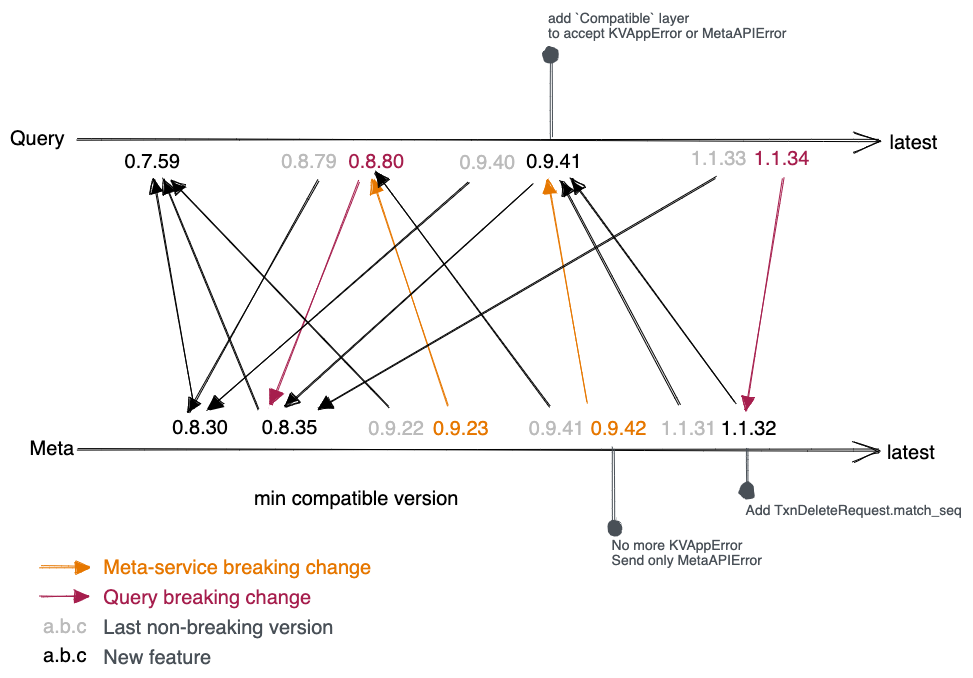
This is docs/public/img/deploy/compatibility.excalidraw.png from databendlabs/databend, a Excalidraw export, as it was before one commit. Source tidied: one line per element, renumbered; positions are measured from the earlier drawing's top-left corner, leaving out a move shared by most shapes.
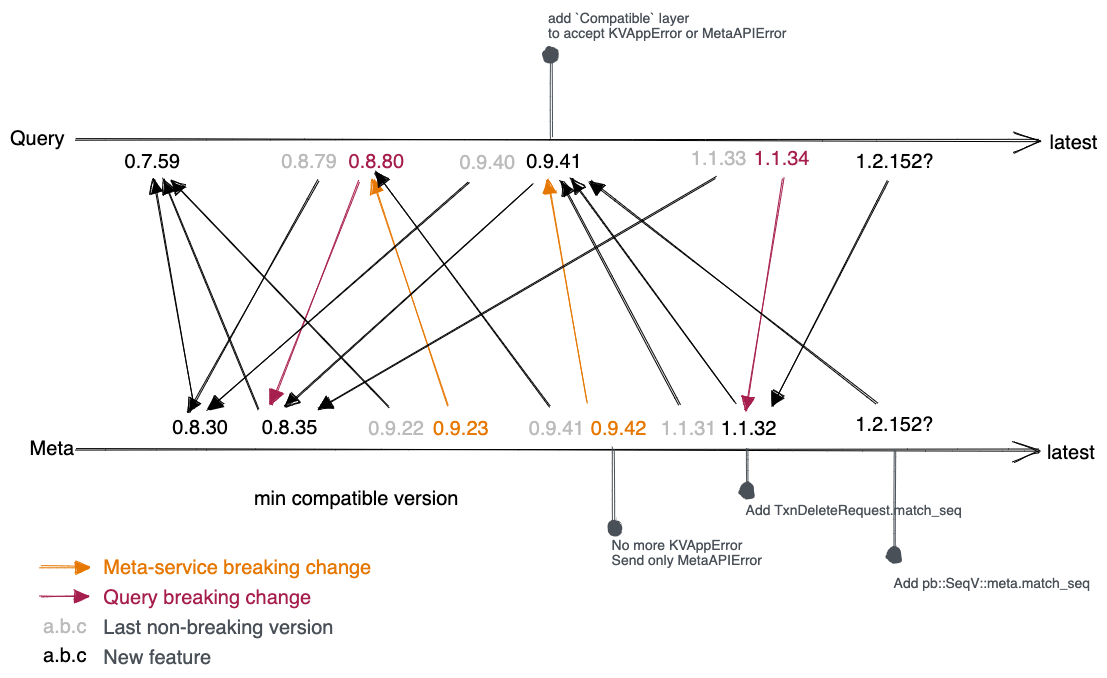
Above is the later version.

Commit message:
feat: pb::SeqV should contain KvMeta as SeqV does

Diff of the diagram source:
```diff
@@ -1,50 +1,56 @@
-{"id": 0, "type": "arrow", "strokeColor": "#000000", "angle": 1.57, "strokeWidth": 1, "roughness": 1, "endArrowhead": "arrow", "from": 3, "to": 11, "x": 469, "y": 802, "width": 0, "height": 802, "points": [[0, 0], [0, -802]]}
+{"id": 0, "type": "arrow", "strokeColor": "#000000", "angle": 1.57, "strokeWidth": 1, "roughness": 1, "endArrowhead": "arrow", "round": true, "from": 3, "to": 11, "x": 548, "y": 883, "width": 0, "height": 963, "points": [[0, 0], [0, -963]]}
-{"id": 1, "type": "arrow", "strokeColor": "#000000", "angle": 1.57, "strokeWidth": 1, "roughness": 1, "endArrowhead": "arrow", "from": 2, "to": 10, "x": 469, "y": 1112, "width": 0, "height": 802, "points": [[0, 0], [0, -802]]}
+{"id": 1, "type": "arrow", "strokeColor": "#000000", "angle": 1.57, "strokeWidth": 1, "roughness": 1, "endArrowhead": "arrow", "round": true, "from": 2, "to": 10, "x": 548, "y": 1192, "width": 0, "height": 963, "points": [[0, 0], [0, -963]]}
-{"id": 2, "type": "text", "text": "Meta", "strokeColor": "#000000", "strokeWidth": 1, "roughness": 1, "fontSize": 20, "fontFamily": 2, "x": 20, "y": 697, "width": 46, "height": 23}
+{"id": 2, "type": "text", "text": "Meta", "strokeColor": "#000000", "strokeWidth": 1, "roughness": 1, "fontSize": 20, "fontFamily": 2, "x": 20, "y": 697, "width": 44, "height": 23}
-{"id": 3, "type": "text", "text": "Query", "strokeColor": "#000000", "strokeWidth": 1, "roughness": 1, "fontSize": 20, "fontFamily": 2, "x": 0, "y": 387, "width": 56, "height": 23}
+{"id": 3, "type": "text", "text": "Query", "strokeColor": "#000000", "strokeWidth": 1, "roughness": 1, "fontSize": 20, "fontFamily": 2, "x": 0, "y": 387, "width": 54, "height": 23}
-{"id": 4, "type": "text", "text": "0.7.59", "strokeColor": "#000000", "strokeWidth": 1, "roughness": 1, "fontSize": 20, "fontFamily": 2, "x": 115, "y": 410, "width": 58, "height": 23}
+{"id": 4, "type": "text", "text": "0.7.59", "strokeColor": "#000000", "strokeWidth": 1, "roughness": 1, "fontSize": 20, "fontFamily": 2, "x": 115, "y": 410, "width": 56, "height": 23}
-{"id": 5, "type": "text", "text": "0.8.30", "strokeColor": "#000000", "strokeWidth": 1, "roughness": 1, "fontSize": 20, "fontFamily": 2, "x": 162, "y": 676, "width": 58, "height": 23}
+{"id": 5, "type": "text", "text": "0.8.30", "strokeColor": "#000000", "strokeWidth": 1, "roughness": 1, "fontSize": 20, "fontFamily": 2, "x": 162, "y": 676, "width": 56, "height": 23}
-{"id": 6, "type": "text", "text": "0.8.35", "strokeColor": "#000000", "strokeWidth": 1, "roughness": 1, "fontSize": 20, "fontFamily": 2, "x": 252, "y": 676, "width": 58, "height": 23}
+{"id": 6, "type": "text", "text": "0.8.35", "strokeColor": "#000000", "strokeWidth": 1, "roughness": 1, "fontSize": 20, "fontFamily": 2, "x": 252, "y": 676, "width": 56, "height": 23}
-{"id": 7, "type": "text", "text": "0.8.79", "strokeColor": "#bbb", "strokeWidth": 1, "roughness": 1, "fontSize": 20, "fontFamily": 2, "x": 271, "y": 410, "width": 58, "height": 23}
+{"id": 7, "type": "text", "text": "0.8.79", "strokeColor": "#bbb", "strokeWidth": 1, "roughness": 1, "fontSize": 20, "fontFamily": 2, "x": 271, "y": 410, "width": 56, "height": 23}
-{"id": 8, "type": "text", "text": "0.8.80", "strokeColor": "#a61e4d", "strokeWidth": 1, "roughness": 1, "fontSize": 20, "fontFamily": 2, "x": 339, "y": 410, "width": 58, "height": 23}
+{"id": 8, "type": "text", "text": "0.8.80", "strokeColor": "#a61e4d", "strokeWidth": 1, "roughness": 1, "fontSize": 20, "fontFamily": 2, "x": 339, "y": 410, "width": 56, "height": 23}
-{"id": 9, "type": "text", "text": "0.9.41", "strokeColor": "#000000", "strokeWidth": 1, "roughness": 1, "fontSize": 20, "fontFamily": 2, "x": 516, "y": 410, "width": 58, "height": 23}
+{"id": 9, "type": "text", "text": "0.9.41", "strokeColor": "#000000", "strokeWidth": 1, "roughness": 1, "fontSize": 20, "fontFamily": 2, "x": 516, "y": 410, "width": 56, "height": 23}
-{"id": 10, "type": "text", "text": "latest", "strokeColor": "#000000", "strokeWidth": 1, "roughness": 1, "fontSize": 20, "fontFamily": 2, "x": 877, "y": 701, "width": 50, "height": 23}
+{"id": 10, "type": "text", "text": "latest", "strokeColor": "#000000", "strokeWidth": 1, "roughness": 1, "fontSize": 20, "fontFamily": 2, "x": 1037, "y": 701, "width": 48, "height": 23}
-{"id": 11, "type": "text", "text": "latest", "strokeColor": "#000000", "strokeWidth": 1, "roughness": 1, "fontSize": 20, "fontFamily": 2, "x": 880, "y": 391, "width": 50, "height": 23}
+{"id": 11, "type": "text", "text": "latest", "strokeColor": "#000000", "strokeWidth": 1, "roughness": 1, "fontSize": 20, "fontFamily": 2, "x": 1040, "y": 391, "width": 48, "height": 23}
-{"id": 12, "type": "arrow", "strokeColor": "#000000", "angle": 1.57, "strokeWidth": 1, "roughness": 1, "endArrowhead": "triangle", "from": 5, "to": 4, "x": 278, "y": 533, "width": 228, "height": 41, "points": [[0, 0], [-228, 41]]}
+{"id": 12, "type": "arrow", "strokeColor": "#000000", "angle": 1.57, "strokeWidth": 1, "roughness": 1, "endArrowhead": "triangle", "round": true, "from": 5, "to": 4, "x": 278, "y": 533, "width": 228, "height": 41, "points": [[0, 0], [-228, 41]]}
-{"id": 13, "type": "arrow", "strokeColor": "#000000", "angle": 1.57, "strokeWidth": 1, "roughness": 1, "endArrowhead": "triangle", "from": 7, "to": 5, "x": 128, "y": 493, "width": 233, "height": 128, "points": [[0, 0], [233, 128]]}
+{"id": 13, "type": "arrow", "strokeColor": "#000000", "angle": 1.57, "strokeWidth": 1, "roughness": 1, "endArrowhead": "triangle", "round": true, "from": 7, "to": 5, "x": 128, "y": 493, "width": 233, "height": 128, "points": [[0, 0], [233, 128]]}
-{"id": 14, "type": "arrow", "strokeColor": "#e67700", "angle": 1.57, "strokeWidth": 1, "roughness": 1, "endArrowhead": "triangle", "from": 17, "to": 8, "x": 513, "y": 515, "width": 225, "height": 75, "points": [[0, 0], [-225, 75]]}
+{"id": 14, "type": "arrow", "strokeColor": "#e67700", "angle": 1.57, "strokeWidth": 1, "roughness": 1, "endArrowhead": "triangle", "round": true, "from": 17, "to": 8, "x": 513, "y": 515, "width": 225, "height": 75, "points": [[0, 0], [-225, 75]]}
-{"id": 15, "type": "arrow", "strokeColor": "#a61e4d", "angle": 1.57, "strokeWidth": 1, "roughness": 1, "endArrowhead": "triangle", "from": 8, "to": 6, "x": 193, "y": 510, "width": 225, "height": 88, "points": [[0, 0], [225, 88]]}
+{"id": 15, "type": "arrow", "strokeColor": "#a61e4d", "angle": 1.57, "strokeWidth": 1, "roughness": 1, "endArrowhead": "triangle", "round": true, "from": 8, "to": 6, "x": 193, "y": 510, "width": 225, "height": 88, "points": [[0, 0], [225, 88]]}
-{"id": 16, "type": "arrow", "strokeColor": "#000000", "angle": 1.57, "strokeWidth": 1, "roughness": 1, "endArrowhead": "triangle", "from": 6, "to": 4, "x": 317, "y": 506, "width": 232, "height": 96, "points": [[0, 0], [-232, 96]]}
+{"id": 16, "type": "arrow", "strokeColor": "#000000", "angle": 1.57, "strokeWidth": 1, "roughness": 1, "endArrowhead": "triangle", "round": true, "from": 6, "to": 4, "x": 317, "y": 506, "width": 232, "height": 96, "points": [[0, 0], [-232, 96]]}
-{"id": 17, "type": "text", "text": "0.9.23", "strokeColor": "#e67700", "strokeWidth": 1, "roughness": 1, "fontSize": 20, "fontFamily": 2, "x": 423, "y": 676, "width": 58, "height": 23}
+{"id": 17, "type": "text", "text": "0.9.23", "strokeColor": "#e67700", "strokeWidth": 1, "roughness": 1, "fontSize": 20, "fontFamily": 2, "x": 423, "y": 676, "width": 56, "height": 23}
-{"id": 18, "type": "text", "text": "0.9.41", "strokeColor": "#bbb", "strokeWidth": 1, "roughness": 1, "fontSize": 20, "fontFamily": 2, "x": 519, "y": 676, "width": 58, "height": 23}
+{"id": 18, "type": "text", "text": "0.9.41", "strokeColor": "#bbb", "strokeWidth": 1, "roughness": 1, "fontSize": 20, "fontFamily": 2, "x": 519, "y": 676, "width": 56, "height": 23}
-{"id": 19, "type": "text", "text": "0.9.42", "strokeColor": "#e67700", "strokeWidth": 1, "roughness": 1, "fontSize": 20, "fontFamily": 2, "x": 581, "y": 676, "width": 58, "height": 23}
+{"id": 19, "type": "text", "text": "0.9.42", "strokeColor": "#e67700", "strokeWidth": 1, "roughness": 1, "fontSize": 20, "fontFamily": 2, "x": 581, "y": 676, "width": 56, "height": 23}
-{"id": 20, "type": "text", "text": "1.1.32", "strokeColor": "#000000", "strokeWidth": 1, "roughness": 1, "fontSize": 20, "fontFamily": 2, "x": 711, "y": 677, "width": 58, "height": 23}
+{"id": 20, "type": "text", "text": "1.1.32", "strokeColor": "#000000", "strokeWidth": 1, "roughness": 1, "fontSize": 20, "fontFamily": 2, "x": 711, "y": 677, "width": 56, "height": 23}
-{"id": 21, "type": "text", "text": "1.1.31", "strokeColor": "#bbb", "strokeWidth": 1, "roughness": 1, "fontSize": 20, "fontFamily": 2, "x": 651, "y": 676, "width": 58, "height": 23}
+{"id": 21, "type": "text", "text": "1.1.31", "strokeColor": "#bbb", "strokeWidth": 1, "roughness": 1, "fontSize": 20, "fontFamily": 2, "x": 651, "y": 676, "width": 56, "height": 23}
-{"id": 22, "type": "text", "text": "1.1.34", "strokeColor": "#a61e4d", "strokeWidth": 1, "roughness": 1, "fontSize": 20, "fontFamily": 2, "x": 744, "y": 407, "width": 58, "height": 23}
+{"id": 22, "type": "text", "text": "1.1.34", "strokeColor": "#a61e4d", "strokeWidth": 1, "roughness": 1, "fontSize": 20, "fontFamily": 2, "x": 744, "y": 407, "width": 56, "height": 23}
-{"id": 23, "type": "text", "text": "1.1.33", "strokeColor": "#bbb", "strokeWidth": 1, "roughness": 1, "fontSize": 20, "fontFamily": 2, "x": 681, "y": 406, "width": 58, "height": 23}
+{"id": 23, "type": "text", "text": "1.1.33", "strokeColor": "#bbb", "strokeWidth": 1, "roughness": 1, "fontSize": 20, "fontFamily": 2, "x": 681, "y": 406, "width": 56, "height": 23}
-{"id": 24, "type": "text", "text": "0.9.22", "strokeColor": "#bbb", "strokeWidth": 1, "roughness": 1, "fontSize": 20, "fontFamily": 2, "x": 358, "y": 676, "width": 58, "height": 23}
+{"id": 24, "type": "text", "text": "0.9.22", "strokeColor": "#bbb", "strokeWidth": 1, "roughness": 1, "fontSize": 20, "fontFamily": 2, "x": 358, "y": 676, "width": 56, "height": 23}
-{"id": 25, "type": "arrow", "strokeColor": "#000000", "angle": 1.57, "strokeWidth": 1, "roughness": 1, "endArrowhead": "triangle", "from": 24, "to": 4, "x": 383, "y": 446, "width": 225, "height": 216, "points": [[0, 0], [-225, 216]]}
+{"id": 25, "type": "arrow", "strokeColor": "#000000", "angle": 1.57, "strokeWidth": 1, "roughness": 1, "endArrowhead": "triangle", "round": true, "from": 24, "to": 4, "x": 383, "y": 446, "width": 225, "height": 216, "points": [[0, 0], [-225, 216]]}
-{"id": 26, "type": "arrow", "strokeColor": "#000000", "angle": 1.57, "strokeWidth": 1, "roughness": 1, "endArrowhead": "triangle", "from": 47, "to": 6, "x": 288, "y": 434, "width": 223, "height": 246, "points": [[0, 0], [223, 246]]}
+{"id": 26, "type": "arrow", "strokeColor": "#000000", "angle": 1.57, "strokeWidth": 1, "roughness": 1, "endArrowhead": "triangle", "round": true, "from": 47, "to": 6, "x": 288, "y": 434, "width": 223, "height": 246, "points": [[0, 0], [223, 246]]}
-{"id": 27, "type": "arrow", "strokeColor": "#e67700", "angle": 1.57, "strokeWidth": 1, "roughness": 1, "endArrowhead": "triangle", "from": 19, "to": 9, "x": 669, "y": 532, "width": 223, "height": 40, "points": [[0, 0], [-223, 40]]}
+{"id": 27, "type": "arrow", "strokeColor": "#e67700", "angle": 1.57, "strokeWidth": 1, "roughness": 1, "endArrowhead": "triangle", "round": true, "from": 19, "to": 9, "x": 669, "y": 532, "width": 223, "height": 40, "points": [[0, 0], [-223, 40]]}
-{"id": 28, "type": "arrow", "strokeColor": "#000000", "angle": 1.57, "strokeWidth": 1, "roughness": 1, "endArrowhead": "triangle", "from": 18, "to": 8, "x": 570, "y": 463, "width": 233, "height": 174, "points": [[0, 0], [-233, 174]]}
+{"id": 28, "type": "arrow", "strokeColor": "#000000", "angle": 1.57, "strokeWidth": 1, "roughness": 1, "endArrowhead": "triangle", "round": true, "from": 18, "to": 8, "x": 570, "y": 463, "width": 233, "height": 174, "points": [[0, 0], [-233, 174]]}
-{"id": 29, "type": "text", "text": "min compatible version", "strokeColor": "#000000", "strokeWidth": 1, "roughness": 1, "fontSize": 20, "fontFamily": 2, "x": 244, "y": 747, "width": 207, "height": 23}
+{"id": 29, "type": "text", "text": "min compatible version", "strokeColor": "#000000", "strokeWidth": 1, "roughness": 1, "fontSize": 20, "fontFamily": 2, "x": 244, "y": 747, "width": 205, "height": 23}
-{"id": 30, "type": "text", "text": "add `Compatible` layer\nto accept KVAppError or MetaAPIError", "strokeColor": "#495057", "strokeWidth": 1, "roughness": 1, "fontSize": 13.94, "fontFamily": 2, "x": 538, "y": 271, "width": 240, "height": 31}
+{"id": 30, "type": "text", "text": "add `Compatible` layer\nto accept KVAppError or MetaAPIError", "strokeColor": "#495057", "strokeWidth": 1, "roughness": 1, "fontSize": 13.94, "fontFamily": 2, "x": 538, "y": 271, "width": 238, "height": 31}
-{"id": 31, "type": "arrow", "strokeColor": "#495057", "angle": 1.57, "strokeWidth": 1, "roughness": 1, "endArrowhead": "dot", "from": 9, "to": 30, "x": 583, "y": 358, "width": 84, "height": 1, "points": [[0, 0], [-84, -1]]}
+{"id": 31, "type": "arrow", "strokeColor": "#495057", "angle": 1.57, "strokeWidth": 1, "roughness": 1, "endArrowhead": "dot", "round": true, "from": 9, "to": 30, "x": 583, "y": 358, "width": 84, "height": 1, "points": [[0, 0], [-84, -1]]}
-{"id": 32, "type": "arrow", "strokeColor": "#495057", "strokeWidth": 1, "roughness": 1, "endArrowhead": "dot", "from": 19, "to": 34, "x": 603, "y": 708, "width": 1, "height": 80, "points": [[0, 0], [1, 80]]}
+{"id": 32, "type": "arrow", "strokeColor": "#495057", "strokeWidth": 1, "roughness": 1, "endArrowhead": "dot", "round": true, "from": 19, "to": 34, "x": 603, "y": 708, "width": 1, "height": 80, "points": [[0, 0], [1, 80]]}
-{"id": 33, "type": "arrow", "strokeColor": "#495057", "strokeWidth": 1, "roughness": 1, "endArrowhead": "dot", "from": 20, "to": 35, "x": 738, "y": 708, "width": 1, "height": 45, "points": [[0, 0], [1, 45]]}
+{"id": 33, "type": "arrow", "strokeColor": "#495057", "strokeWidth": 1, "roughness": 1, "endArrowhead": "dot", "round": true, "from": 20, "to": 35, "x": 738, "y": 708, "width": 1, "height": 45, "points": [[0, 0], [1, 45]]}
-{"id": 34, "type": "text", "text": "No more KVAppError\nSend only MetaAPIError", "strokeColor": "#495057", "strokeWidth": 1, "roughness": 1, "fontSize": 13.94, "fontFamily": 2, "x": 602, "y": 798, "width": 152, "height": 31}
+{"id": 34, "type": "text", "text": "No more KVAppError\nSend only MetaAPIError", "strokeColor": "#495057", "strokeWidth": 1, "roughness": 1, "fontSize": 13.94, "fontFamily": 2, "x": 602, "y": 798, "width": 150, "height": 31}
-{"id": 35, "type": "text", "text": "Add TxnDeleteRequest.match_seq", "strokeColor": "#495057", "strokeWidth": 1, "roughness": 1, "fontSize": 13.94, "fontFamily": 2, "x": 736, "y": 763, "width": 218, "height": 16}
+{"id": 35, "type": "text", "text": "Add TxnDeleteRequest.match_seq", "strokeColor": "#495057", "strokeWidth": 1, "roughness": 1, "fontSize": 13.94, "fontFamily": 2, "x": 736, "y": 763, "width": 216, "height": 16}
-{"id": 36, "type": "arrow", "strokeColor": "#a61e4d", "strokeWidth": 1, "roughness": 1, "endArrowhead": "triangle", "from": 22, "to": 20, "x": 773, "y": 439, "width": 36, "height": 231, "points": [[0, 0], [-36, 231]]}
+{"id": 36, "type": "arrow", "strokeColor": "#a61e4d", "strokeWidth": 1, "roughness": 1, "endArrowhead": "triangle", "round": true, "from": 22, "to": 20, "x": 773, "y": 439, "width": 36, "height": 231, "points": [[0, 0], [-36, 231]]}
-{"id": 37, "type": "arrow", "strokeColor": "#000000", "strokeWidth": 1, "roughness": 1, "endArrowhead": "triangle", "from": 23, "to": 6, "x": 706, "y": 438, "width": 397, "height": 232, "points": [[0, 0], [-397, 232]]}
+{"id": 37, "type": "arrow", "strokeColor": "#000000", "strokeWidth": 1, "roughness": 1, "endArrowhead": "triangle", "round": true, "from": 23, "to": 6, "x": 706, "y": 438, "width": 397, "height": 232, "points": [[0, 0], [-397, 232]]}
-{"id": 38, "type": "arrow", "strokeColor": "#000000", "strokeWidth": 1, "roughness": 1, "endArrowhead": "triangle", "from": 20, "to": 9, "x": 726, "y": 664, "width": 165, "height": 225, "points": [[0, 0], [-165, -225]]}
+{"id": 38, "type": "arrow", "strokeColor": "#000000", "strokeWidth": 1, "roughness": 1, "endArrowhead": "triangle", "round": true, "from": 20, "to": 9, "x": 726, "y": 664, "width": 165, "height": 225, "points": [[0, 0], [-165, -225]]}
-{"id": 39, "type": "arrow", "strokeColor": "#e67700", "strokeWidth": 1, "roughness": 1, "endArrowhead": "triangle", "to": 41, "x": 31, "y": 827, "width": 48, "height": 0, "points": [[0, 0], [48, 0]]}
+{"id": 39, "type": "arrow", "strokeColor": "#e67700", "strokeWidth": 1, "roughness": 1, "endArrowhead": "triangle", "round": true, "to": 41, "x": 31, "y": 827, "width": 48, "height": 0, "points": [[0, 0], [48, 0]]}
-{"id": 40, "type": "arrow", "strokeColor": "#a61e4d", "strokeWidth": 1, "roughness": 1, "endArrowhead": "triangle", "to": 42, "x": 31, "y": 857, "width": 48, "height": 0, "points": [[0, 0], [48, 0]]}
+{"id": 40, "type": "arrow", "strokeColor": "#a61e4d", "strokeWidth": 1, "roughness": 1, "endArrowhead": "triangle", "round": true, "to": 42, "x": 31, "y": 857, "width": 48, "height": 0, "points": [[0, 0], [48, 0]]}
-{"id": 41, "type": "text", "text": "Meta-service breaking change", "strokeColor": "#e67700", "strokeWidth": 1, "roughness": 1, "fontSize": 20, "fontFamily": 2, "x": 93, "y": 816, "width": 270, "height": 23}
+{"id": 41, "type": "text", "text": "Meta-service breaking change", "strokeColor": "#e67700", "strokeWidth": 1, "roughness": 1, "fontSize": 20, "fontFamily": 2, "x": 93, "y": 816, "width": 268, "height": 23}
-{"id": 42, "type": "text", "text": "Query breaking change", "strokeColor": "#a61e4d", "strokeWidth": 1, "roughness": 1, "fontSize": 20, "fontFamily": 2, "x": 93, "y": 846, "width": 210, "height": 23}
+{"id": 42, "type": "text", "text": "Query breaking change", "strokeColor": "#a61e4d", "strokeWidth": 1, "roughness": 1, "fontSize": 20, "fontFamily": 2, "x": 93, "y": 846, "width": 208, "height": 23}
-{"id": 43, "type": "text", "text": "Last non-breaking version", "strokeColor": "#495057", "strokeWidth": 1, "roughness": 1, "fontSize": 20, "fontFamily": 2, "x": 93, "y": 876, "width": 232, "height": 23}
+{"id": 43, "type": "text", "text": "Last non-breaking version", "strokeColor": "#495057", "strokeWidth": 1, "roughness": 1, "fontSize": 20, "fontFamily": 2, "x": 93, "y": 876, "width": 230, "height": 23}
-{"id": 44, "type": "text", "text": "New feature", "strokeColor": "#495057", "strokeWidth": 1, "roughness": 1, "fontSize": 20, "fontFamily": 2, "x": 93, "y": 906, "width": 110, "height": 23}
+{"id": 44, "type": "text", "text": "New feature", "strokeColor": "#495057", "strokeWidth": 1, "roughness": 1, "fontSize": 20, "fontFamily": 2, "x": 93, "y": 906, "width": 108, "height": 23}
-{"id": 45, "type": "text", "text": "a.b.c", "strokeColor": "#bbb", "strokeWidth": 1, "roughness": 1, "fontSize": 20, "fontFamily": 2, "x": 33, "y": 874, "width": 45, "height": 23}
+{"id": 45, "type": "text", "text": "a.b.c", "strokeColor": "#bbb", "strokeWidth": 1, "roughness": 1, "fontSize": 20, "fontFamily": 2, "x": 33, "y": 874, "width": 43, "height": 23}
-{"id": 46, "type": "text", "text": "a.b.c", "strokeColor": "#000000", "strokeWidth": 1, "roughness": 1, "fontSize": 20, "fontFamily": 2, "x": 33, "y": 904, "width": 45, "height": 23}
+{"id": 46, "type": "text", "text": "a.b.c", "strokeColor": "#000000", "strokeWidth": 1, "roughness": 1, "fontSize": 20, "fontFamily": 2, "x": 33, "y": 904, "width": 43, "height": 23}
-{"id": 47, "type": "text", "text": "0.9.40", "strokeColor": "#bbb", "strokeWidth": 1, "roughness": 1, "fontSize": 20, "fontFamily": 2, "x": 450, "y": 411, "width": 58, "height": 23}
+{"id": 47, "type": "text", "text": "0.9.40", "strokeColor": "#bbb", "strokeWidth": 1, "roughness": 1, "fontSize": 20, "fontFamily": 2, "x": 450, "y": 411, "width": 56, "height": 23}
-{"id": 48, "type": "arrow", "strokeColor": "#000000", "backgroundColor": "#ced4da", "fillStyle": "hachure", "strokeWidth": 1, "roughness": 1, "endArrowhead": "triangle", "from": 47, "to": 5, "x": 459, "y": 442, "width": 262, "height": 228, "points": [[0, 0], [-262, 228]]}
+{"id": 48, "type": "arrow", "strokeColor": "#000000", "backgroundColor": "#ced4da", "fillStyle": "hachure", "strokeWidth": 1, "roughness": 1, "endArrowhead": "triangle", "round": true, "from": 47, "to": 5, "x": 459, "y": 442, "width": 262, "height": 228, "points": [[0, 0], [-262, 228]]}
-{"id": 49, "type": "arrow", "strokeColor": "#000000", "backgroundColor": "#ced4da", "fillStyle": "hachure", "strokeWidth": 1, "roughness": 1, "endArrowhead": "triangle", "from": 21, "to": 9, "x": 669, "y": 665, "width": 119, "height": 224, "points": [[0, 0], [-119, -224]]}
+{"id": 49, "type": "arrow", "strokeColor": "#000000", "backgroundColor": "#ced4da", "fillStyle": "hachure", "strokeWidth": 1, "roughness": 1, "endArrowhead": "triangle", "round": true, "from": 21, "to": 9, "x": 669, "y": 665, "width": 119, "height": 224, "points": [[0, 0], [-119, -224]]}
+{"id": 50, "type": "text", "text": "1.2.152?", "strokeColor": "#000000", "strokeWidth": 1, "roughness": 1, "fontSize": 20, "fontFamily": 2, "x": 845, "y": 673, "width": 78, "height": 23}
+{"id": 51, "type": "text", "text": "1.2.152?", "strokeColor": "#000000", "strokeWidth": 1, "roughness": 1, "fontSize": 20, "fontFamily": 2, "x": 846, "y": 410, "width": 78, "height": 23}
+{"id": 52, "type": "arrow", "strokeColor": "#000000", "strokeWidth": 1, "roughness": 1, "endArrowhead": "triangle", "round": true, "from": 51, "to": 20, "x": 878, "y": 442, "width": 116, "height": 225, "points": [[0, 0], [-116, 225]]}
+{"id": 53, "type": "arrow", "strokeColor": "#000000", "strokeWidth": 1, "roughness": 1, "endArrowhead": "triangle", "round": true, "from": 50, "to": 9, "x": 866, "y": 664, "width": 285, "height": 223, "points": [[0, 0], [-285, -223]]}
+{"id": 54, "type": "text", "text": "Add pb::SeqV::meta.match_seq", "strokeColor": "#495057", "strokeWidth": 1, "roughness": 1, "fontSize": 13.94, "fontFamily": 2, "x": 884, "y": 836, "width": 196, "height": 16}
+{"id": 55, "type": "arrow", "strokeColor": "#495057", "strokeWidth": 1, "roughness": 1, "endArrowhead": "dot", "round": true, "from": 50, "x": 886, "y": 711, "width": 0, "height": 106, "points": [[0, 0], [0, 106]]}
```
